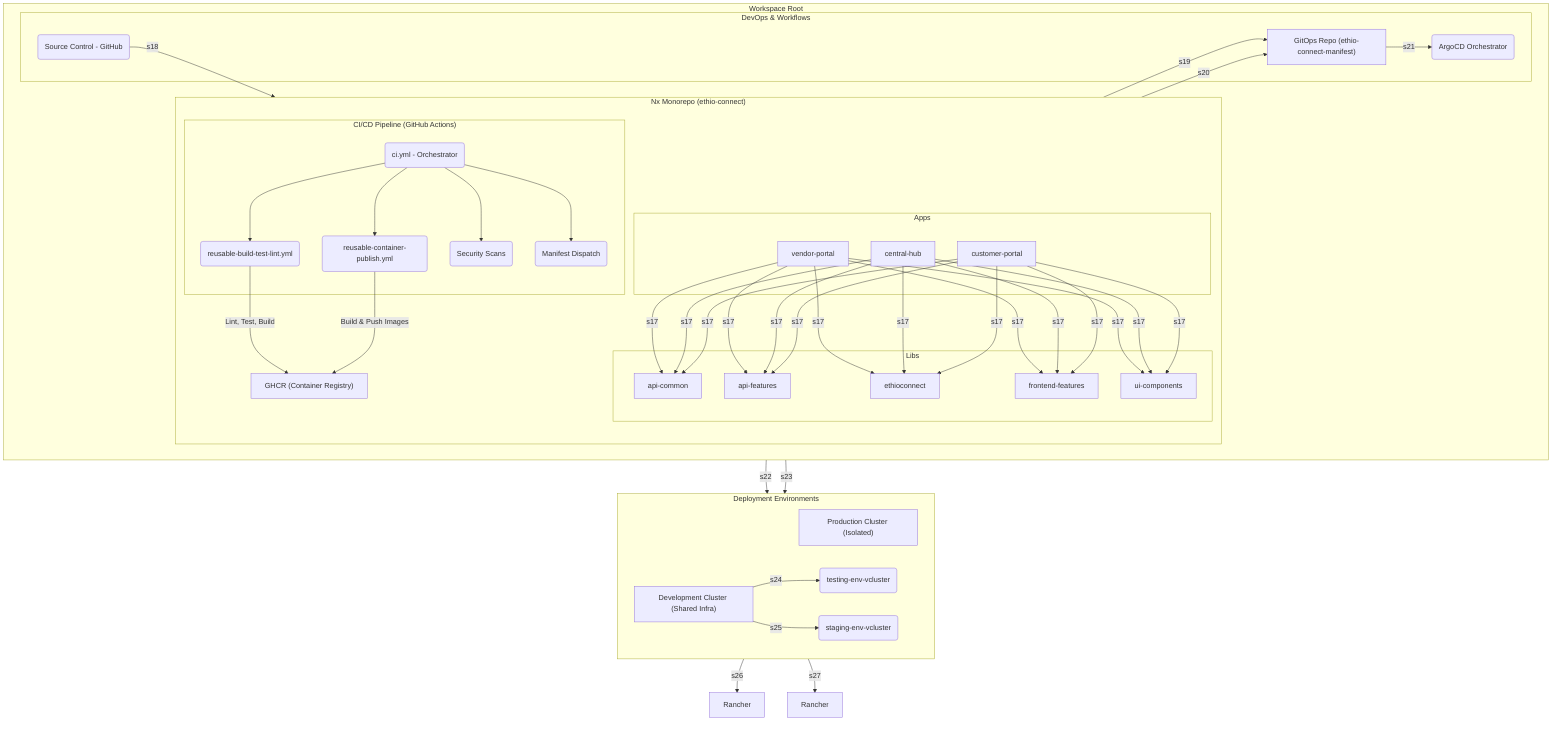
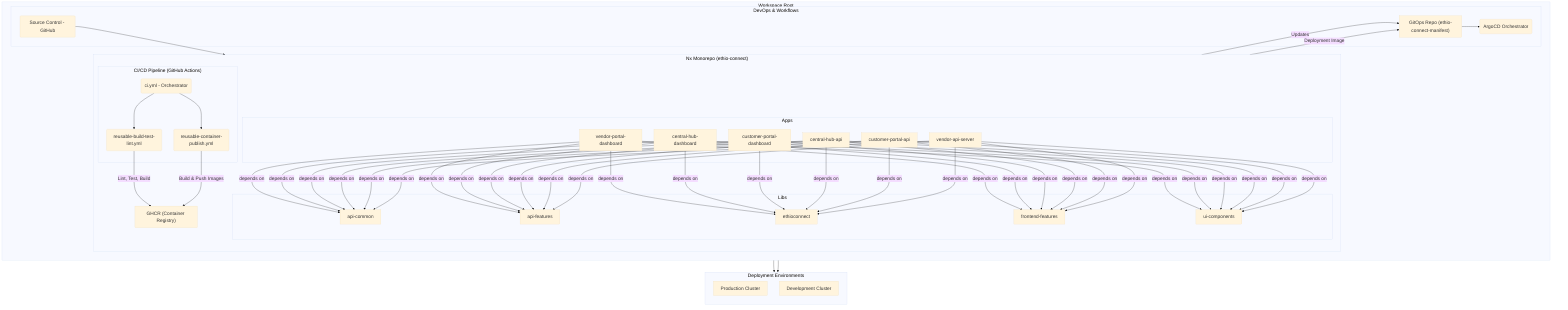
+ %%{init: {'theme': 'base', 'themeVariables': { 'fontSize': '20px', 'fontFamily': 'arial' }, 'flowchart': {'nodeSpacing': 50, 'rankSpacing': 50}}}%%
graph TD
    subgraph "Workspace Root"
        direction LR
        subgraph "Nx Monorepo (ethio-connect)"
            direction TB
            subgraph "Apps"
-                 A[vendor-portal]
-                 B[central-hub]
-                 C[customer-portal]
+                 A[vendor-portal-dashboard]
+                 B[central-hub-dashboard]
+                 C[customer-portal-dashboard]
+                 D[central-hub-api]
+                 E[customer-portal-api]
+                 F[vendor-api-server]
            end

            subgraph "Libs"
-                 D[api-common]
-                 E[api-features]
-                 F[ethioconnect]
-                 G[frontend-features]
-                 H[ui-components]
+                 G[api-common]
+                 H[api-features]
+                 I[ethioconnect]
+                 J[frontend-features]
+                 K[ui-components]
            end

            subgraph "CI/CD Pipeline (GitHub Actions)"
                CI_Main("ci.yml - Orchestrator") --> CI_Build("reusable-build-test-lint.yml")
                CI_Main --> CI_Publish("reusable-container-publish.yml")
-                 CI_Main --> CI_Security("Security Scans")
-                 CI_Main --> CI_Dispatch("Manifest Dispatch")
            end

            CI_Build -->|Lint, Test, Build| GHCR["GHCR (Container Registry)"]
            CI_Publish -->|Build & Push Images| GHCR["GHCR (Container Registry)"]

-             A & B & C -->|s17| D & E & F & G & H
+             A & B & C & D & E & F -->|depends on| G & H & I & J & K
        end

        subgraph "DevOps & Workflows"
-             SC("Source Control - GitHub") -->|s18| CI_Main
-             CI_Dispatch -->|s19| GR["GitOps Repo (ethio-connect-manifest)"]
-             GHCR["GHCR (Container Registry)"] -->|s20| GR["GitOps Repo (ethio-connect-manifest)"]
-             GR["GitOps Repo (ethio-connect-manifest)"] -->|s21| ArgoCD("ArgoCD Orchestrator")
+             SC("Source Control - GitHub") --> CI_Main
+             CI_Publish -->|Updates| GR["GitOps Repo (ethio-connect-manifest)"]
+             GHCR -->|Deployment Image| GR
+             GR --> ArgoCD("ArgoCD Orchestrator")
        end
    end

    subgraph "Deployment Environments"
-         direction LR
-         ArgoCD -->|s22| P_Cluster["Production Cluster (Isolated)"]
-         ArgoCD -->|s23| D_Cluster["Development Cluster (Shared Infra)"]
- 
-         D_Cluster -->|s24| T_vCluster("testing-env-vcluster")
-         D_Cluster -->|s25| S_vCluster("staging-env-vcluster")
-     end
- 
-     P_Cluster -->|s26| Rancher_Prod[Rancher]
-     D_Cluster -->|s27| Rancher_Dev[Rancher]+         direction TB
+         ArgoCD --> P_Cluster["Production Cluster"]
+         ArgoCD --> D_Cluster["Development Cluster"]
+     end